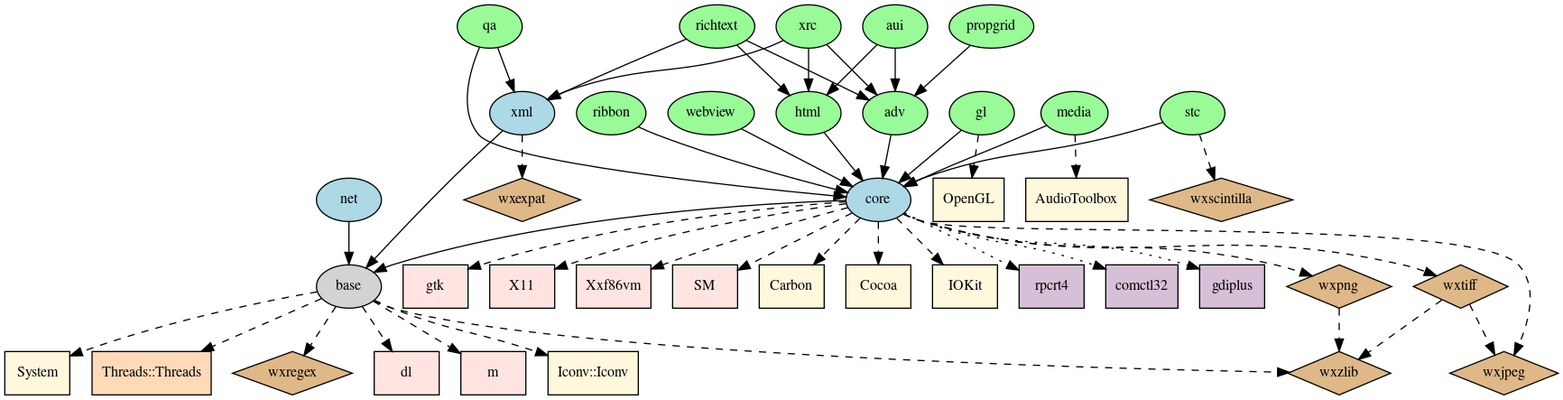
The Graphviz diagram graph.png in externpro/wxcmake, before a commit. Its source is kept beside it as graph.dot. Source of this version:
```dot
digraph GG {
  node [fontsize=12];
  # https://docs.wxwidgets.org/3.1.0/page_libs.html
  ##########
  # all lightblue libraries depend on base: non-gui libraries
  "base" [shape=oval, style=filled, fillcolor=lightgrey];
  "core" [shape=oval, style=filled, fillcolor=lightblue];
  "net" [shape=oval, style=filled, fillcolor=lightblue];
  "xml" [shape=oval, style=filled, fillcolor=lightblue];
  ##########
  # all palegreen libraries depend on core: gui libraries
  "adv" [shape=oval, style=filled, fillcolor=palegreen];
  "aui" [shape=oval, style=filled, fillcolor=palegreen];
  "gl" [shape=oval, style=filled, fillcolor=palegreen];
  "html" [shape=oval, style=filled, fillcolor=palegreen];
  "media" [shape=oval, style=filled, fillcolor=palegreen];
  "propgrid" [shape=oval, style=filled, fillcolor=palegreen];
  "qa" [shape=oval, style=filled, fillcolor=palegreen];
  "ribbon" [shape=oval, style=filled, fillcolor=palegreen];
  "richtext" [shape=oval, style=filled, fillcolor=palegreen];
  "stc" [shape=oval, style=filled, fillcolor=palegreen];
  "webview" [shape=oval, style=filled, fillcolor=palegreen];
  "xrc" [shape=oval, style=filled, fillcolor=palegreen];
  ##########
  # burlywood: wx-external libraries
  "wxexpat" [shape=diamond, style=filled, fillcolor=burlywood];
  "wxjpeg" [shape=diamond, style=filled, fillcolor=burlywood];
  "wxpng" [shape=diamond, style=filled, fillcolor=burlywood];
  "wxregex" [shape=diamond, style=filled, fillcolor=burlywood];
  "wxscintilla" [shape=diamond, style=filled, fillcolor=burlywood];
  "wxtiff" [shape=diamond, style=filled, fillcolor=burlywood];
  "wxzlib" [shape=diamond, style=filled, fillcolor=burlywood];
  ##########
  # mistyrose: linux system libraries
  "dl" [shape=box, style=filled, fillcolor=mistyrose];
  "m" [shape=box, style=filled, fillcolor=mistyrose];
  "gtk" [shape=box, style=filled, fillcolor=mistyrose];
  "X11" [shape=box, style=filled, fillcolor=mistyrose];
  "Xxf86vm" [shape=box, style=filled, fillcolor=mistyrose];
  "SM" [shape=box, style=filled, fillcolor=mistyrose];
  ##########
  # cornsilk: darwin system libraries
  "Iconv::Iconv" [shape=box, style=filled, fillcolor=cornsilk];
  "Carbon" [shape=box, style=filled, fillcolor=cornsilk];
  "Cocoa" [shape=box, style=filled, fillcolor=cornsilk];
  "IOKit" [shape=box, style=filled, fillcolor=cornsilk];
  "System" [shape=box, style=filled, fillcolor=cornsilk];
  "AudioToolbox" [shape=box, style=filled, fillcolor=cornsilk];
  "OpenGL" [shape=box, style=filled, fillcolor=cornsilk];
  ##########
  # peachpuff: linux/darwin system libraries
  "Threads::Threads" [shape=box, style=filled, fillcolor=peachpuff];
  ##########
  # thistle: msw system libraries
  "rpcrt4" [shape=box, style=filled, fillcolor=thistle];
  "comctl32" [shape=box, style=filled, fillcolor=thistle];
  "gdiplus" [shape=box, style=filled, fillcolor=thistle];
  ##########
  # dashed lines: private/link dependency
  "adv" -> "core";
  "aui" -> "adv";
  "aui" -> "html";
  "base" -> "wxregex" [style=dashed];
  "base" -> "wxzlib" [style=dashed];
  "base" -> "Threads::Threads" [style=dashed];
  "base" -> "dl" [style=dashed];
  "base" -> "m" [style=dashed];
  "base" -> "Iconv::Iconv" [style=dashed];
  "base" -> "System" [style=dashed];
  "core" -> "base";
  "core" -> "wxjpeg" [style=dashed];
  "core" -> "wxpng" [style=dashed];
  "core" -> "wxtiff" [style=dashed];
  "core" -> "gtk" [style=dashed];
  "core" -> "X11" [style=dashed];
  "core" -> "Xxf86vm" [style=dashed];
  "core" -> "SM" [style=dashed];
  "core" -> "Carbon" [style=dashed];
  "core" -> "Cocoa" [style=dashed];
  "core" -> "IOKit" [style=dashed];
  "core" -> "rpcrt4" [style=dotted];
  "core" -> "comctl32" [style=dotted];
  "core" -> "gdiplus" [style=dotted];
  "gl" -> "core";
  "gl" -> "OpenGL" [style=dashed];
  "html" -> "core";
  "media" -> "core";
  "media" -> "AudioToolbox" [style=dashed];
  "net" -> "base";
  "propgrid" -> "adv";
  "qa" -> "core";
  "qa" -> "xml";
  "ribbon" -> "core";
  "richtext" -> "adv";
  "richtext" -> "html";
  "richtext" -> "xml";
  "stc" -> "core";
  "stc" -> "wxscintilla" [style=dashed];
  "webview" -> "core";
  "xml" -> "base";
  "xml" -> "wxexpat" [style=dashed];
  "xrc" -> "adv";
  "xrc" -> "html";
  "xrc" -> "xml";
  "wxpng" -> "wxzlib" [style=dashed];
  "wxtiff" -> "wxjpeg" [style=dashed];
  "wxtiff" -> "wxzlib" [style=dashed];
}
```
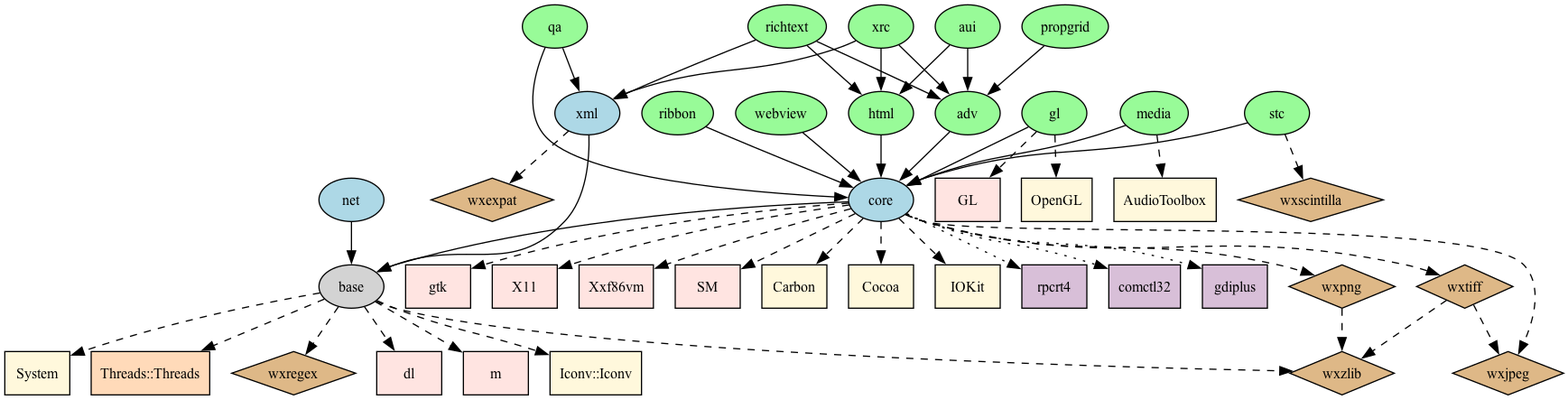
The same file after the commit.

Commit message:
wx lib dependency graph updated (wxGL depends on GL on Linux)

dot -Tpng graph.dot -o graph.png

Diff of the diagram source:
```diff
@@ -34,6 +34,7 @@
   # mistyrose: linux system libraries
   "dl" [shape=box, style=filled, fillcolor=mistyrose];
   "m" [shape=box, style=filled, fillcolor=mistyrose];
+  "GL" [shape=box, style=filled, fillcolor=mistyrose];
   "gtk" [shape=box, style=filled, fillcolor=mistyrose];
   "X11" [shape=box, style=filled, fillcolor=mistyrose];
   "Xxf86vm" [shape=box, style=filled, fillcolor=mistyrose];
@@ -83,6 +84,7 @@
   "core" -> "gdiplus" [style=dotted];
   "gl" -> "core";
   "gl" -> "OpenGL" [style=dashed];
+  "gl" -> "GL" [style=dashed];
   "html" -> "core";
   "media" -> "core";
   "media" -> "AudioToolbox" [style=dashed];
```
